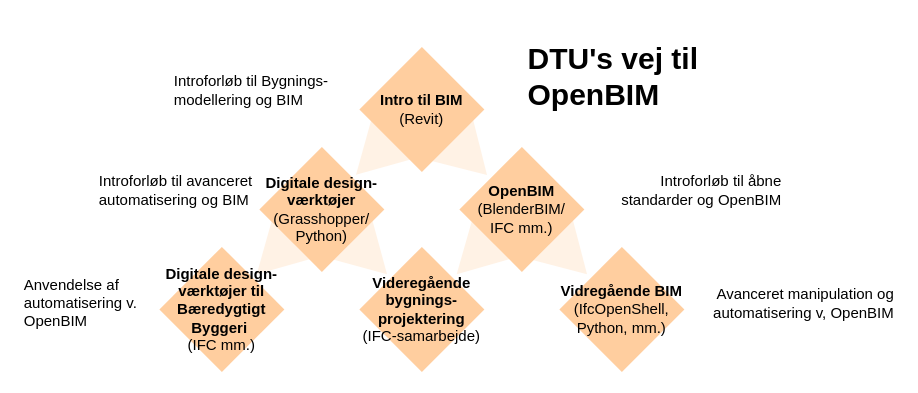
Above: docs/images/OpenBIM_DTU_2024.drawio in Kristoffernegendahl/openBIM (draw.io), before the change. Source tidied: cells renumbered, new cells numbered last; positions are measured from the earlier drawing's top-left corner, leaving out a move shared by most shapes. Both pictures are drawn from the tidied source at 125%, with x=0, y=0 at pixel (21, 34).
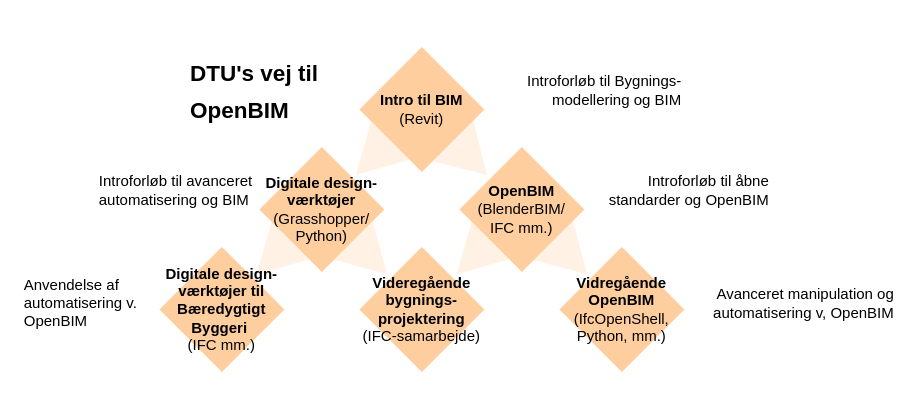
The same diagram, later.

What changed in the source:
```diff
@@
 <mxGraphModel>
   <root>
     <mxCell id="0" />
     <mxCell id="1" parent="0" />
     <mxCell id="2" style="triangle;whiteSpace=wrap;html=1;rotation=135;strokeColor=none;fillColor=#ffe6cc;fillStyle=auto;opacity=50;" parent="1" vertex="1">
       <mxGeometry x="338.7" y="135.1" width="62.4" height="69.4" as="geometry" />
     </mxCell>
     <mxCell id="3" style="triangle;whiteSpace=wrap;html=1;rotation=45;strokeColor=none;fillColor=#ffe6cc;fillStyle=auto;opacity=50;" parent="1" vertex="1">
       <mxGeometry x="401.6" y="136.2" width="59.2" height="69.4" as="geometry" />
     </mxCell>
     <mxCell id="4" style="triangle;whiteSpace=wrap;html=1;rotation=45;strokeColor=none;fillColor=#ffe6cc;fillStyle=auto;opacity=50;" parent="1" vertex="1">
       <mxGeometry x="322.6" y="57.2" width="58" height="69.4" as="geometry" />
     </mxCell>
     <mxCell id="5" style="triangle;whiteSpace=wrap;html=1;rotation=45;strokeColor=none;fillColor=#ffe6cc;fillStyle=auto;opacity=50;" parent="1" vertex="1">
       <mxGeometry x="240.4" y="135.7" width="60.6" height="69.4" as="geometry" />
     </mxCell>
     <mxCell id="6" style="triangle;whiteSpace=wrap;html=1;rotation=135;strokeColor=none;fillColor=#ffe6cc;fillStyle=auto;opacity=50;" parent="1" vertex="1">
       <mxGeometry x="178.8" y="135.2" width="62" height="69.4" as="geometry" />
     </mxCell>
     <mxCell id="7" style="triangle;whiteSpace=wrap;html=1;rotation=135;strokeColor=none;fillColor=#ffe6cc;fillStyle=auto;opacity=50;" parent="1" vertex="1">
       <mxGeometry x="258.3" y="55.9" width="61.5" height="69.4" as="geometry" />
     </mxCell>
-    <mxCell id="8" value="&lt;h1&gt;DTU's vej til OpenBIM&lt;/h1&gt;" style="text;html=1;strokeColor=none;fillColor=none;spacing=5;spacingTop=-20;whiteSpace=wrap;overflow=hidden;rounded=0;" parent="1" vertex="1">
-      <mxGeometry x="400" width="190" height="70" as="geometry" />
+    <mxCell id="8" value="&lt;h1&gt;&lt;font style=&quot;font-size: 18px;&quot;&gt;DTU's vej til OpenBIM&lt;/font&gt;&lt;/h1&gt;" style="text;html=1;strokeColor=none;fillColor=none;spacing=5;spacingTop=-20;whiteSpace=wrap;overflow=hidden;rounded=0;" parent="1" vertex="1">
+      <mxGeometry x="130" y="10" width="180" height="70" as="geometry" />
     </mxCell>
     <mxCell id="9" value="&lt;b&gt;Intro til BIM&lt;/b&gt;&lt;br&gt;(Revit)" style="rhombus;whiteSpace=wrap;html=1;strokeColor=none;fillColor=#FFCE9F;" parent="1" vertex="1">
       <mxGeometry x="270" y="10" width="100" height="100" as="geometry" />
     </mxCell>
     <mxCell id="10" value="&lt;b&gt;Digitale design-værktøjer&lt;/b&gt;&lt;br&gt;(Grasshopper/&lt;br&gt;Python)" style="rhombus;whiteSpace=wrap;html=1;strokeColor=none;fillColor=#FFCE9F;" parent="1" vertex="1">
       <mxGeometry x="190" y="90" width="100" height="100" as="geometry" />
     </mxCell>
     <mxCell id="11" value="&lt;b&gt;OpenBIM&lt;/b&gt;&lt;br&gt;(BlenderBIM/&lt;br&gt;IFC mm.)" style="rhombus;whiteSpace=wrap;html=1;strokeColor=none;fillColor=#FFCE9F;" parent="1" vertex="1">
       <mxGeometry x="350" y="90" width="100" height="100" as="geometry" />
     </mxCell>
-    <mxCell id="12" value="&lt;b&gt;Vidregående BIM&lt;/b&gt;&lt;br&gt;(IfcOpenShell,&lt;br&gt;Python, mm.)" style="rhombus;whiteSpace=wrap;html=1;strokeColor=none;fillColor=#FFCE9F;" parent="1" vertex="1">
+    <mxCell id="12" value="&lt;b&gt;Vidregående OpenBIM&lt;/b&gt;&lt;br&gt;(IfcOpenShell,&lt;br&gt;Python, mm.)" style="rhombus;whiteSpace=wrap;html=1;strokeColor=none;fillColor=#FFCE9F;" parent="1" vertex="1">
       <mxGeometry x="430" y="170" width="100" height="100" as="geometry" />
     </mxCell>
     <mxCell id="13" value="&lt;b&gt;Videregående bygnings-projektering&lt;/b&gt;&lt;br&gt;(IFC-samarbejde)" style="rhombus;whiteSpace=wrap;html=1;strokeColor=none;fillColor=#FFCE9F;" parent="1" vertex="1">
       <mxGeometry x="270" y="170" width="100" height="100" as="geometry" />
     </mxCell>
     <mxCell id="14" value="&lt;b&gt;Digitale design-værktøjer&amp;nbsp;til Bæredygtigt Byggeri&amp;nbsp;&lt;/b&gt;&lt;br&gt;(IFC mm.)" style="rhombus;whiteSpace=wrap;html=1;strokeColor=none;fillColor=#FFCE9F;" parent="1" vertex="1">
       <mxGeometry x="110" y="170" width="100" height="100" as="geometry" />
     </mxCell>
-    <mxCell id="15" value="Introforløb til Bygnings-modellering og BIM" style="text;html=1;strokeColor=none;fillColor=none;align=left;verticalAlign=middle;whiteSpace=wrap;rounded=0;" parent="1" vertex="1">
-      <mxGeometry x="120" y="30" width="170" height="30" as="geometry" />
+    <mxCell id="15" value="Introforløb til Bygnings-modellering og BIM" style="text;html=1;strokeColor=none;fillColor=none;align=right;verticalAlign=middle;whiteSpace=wrap;rounded=0;" parent="1" vertex="1">
+      <mxGeometry x="360" y="30" width="170" height="30" as="geometry" />
     </mxCell>
     <mxCell id="16" value="Introforløb til avanceret automatisering og BIM" style="text;html=1;strokeColor=none;fillColor=none;align=left;verticalAlign=middle;whiteSpace=wrap;rounded=0;" parent="1" vertex="1">
       <mxGeometry x="60" y="110" width="130" height="30" as="geometry" />
     </mxCell>
     <mxCell id="17" value="Introforløb til åbne standarder og OpenBIM" style="text;html=1;strokeColor=none;fillColor=none;align=right;verticalAlign=middle;whiteSpace=wrap;rounded=0;" parent="1" vertex="1">
-      <mxGeometry x="460" y="110" width="150" height="30" as="geometry" />
+      <mxGeometry x="450" y="110" width="150" height="30" as="geometry" />
     </mxCell>
     <mxCell id="18" value="Avanceret manipulation og automatisering v, OpenBIM" style="text;html=1;strokeColor=none;fillColor=none;align=right;verticalAlign=middle;whiteSpace=wrap;rounded=0;" parent="1" vertex="1">
       <mxGeometry x="550" y="200" width="150" height="30" as="geometry" />
     </mxCell>
     <mxCell id="19" value="Anvendelse af automatisering v. &lt;br&gt;OpenBIM" style="text;html=1;strokeColor=none;fillColor=none;align=left;verticalAlign=middle;whiteSpace=wrap;rounded=0;" parent="1" vertex="1">
       <mxGeometry y="200" width="150" height="30" as="geometry" />
     </mxCell>
   </root>
 </mxGraphModel>
```
